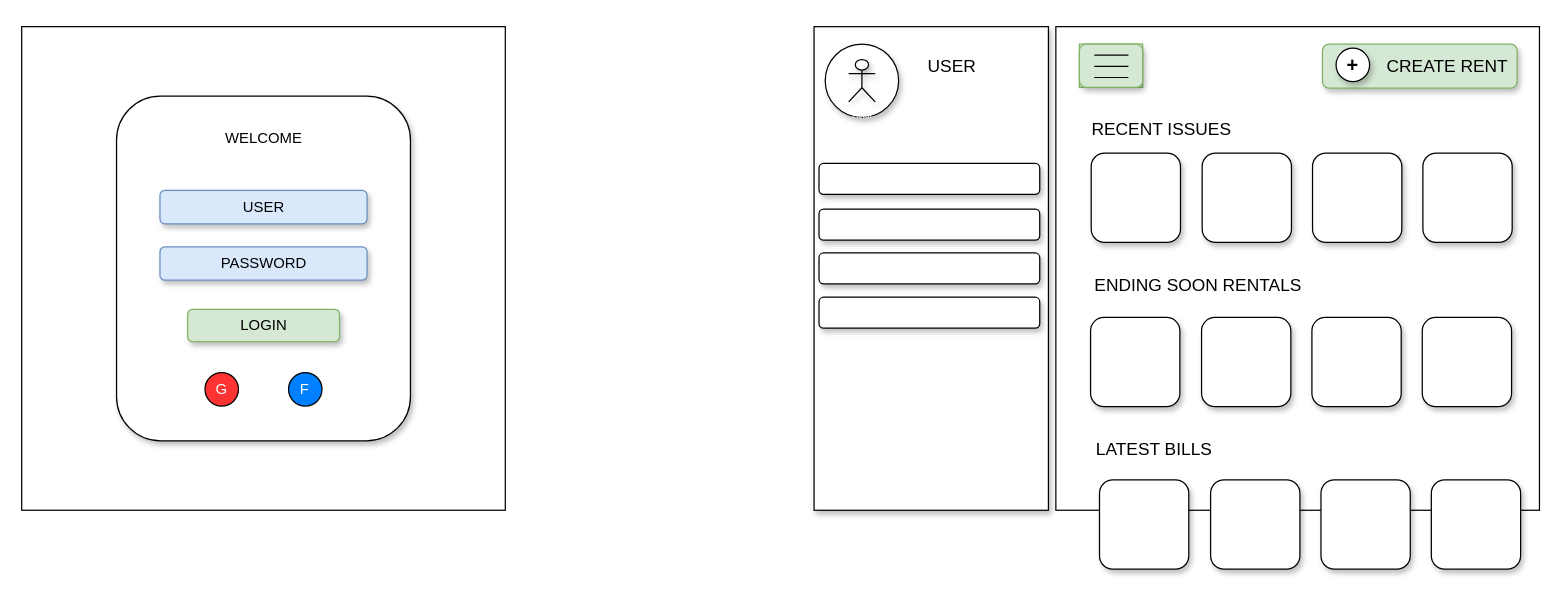
Before: page "PROTOTYPE - UML" (2 of 2) of docs.drawio in Davidmnj91/myrents, a draw.io diagram. Source tidied: cells renumbered, new cells numbered last; positions are measured from the earlier drawing's top-left corner, leaving out a move shared by most shapes. Both pictures are drawn from the tidied source at 124%, with x=0, y=0 at pixel (21, 26).
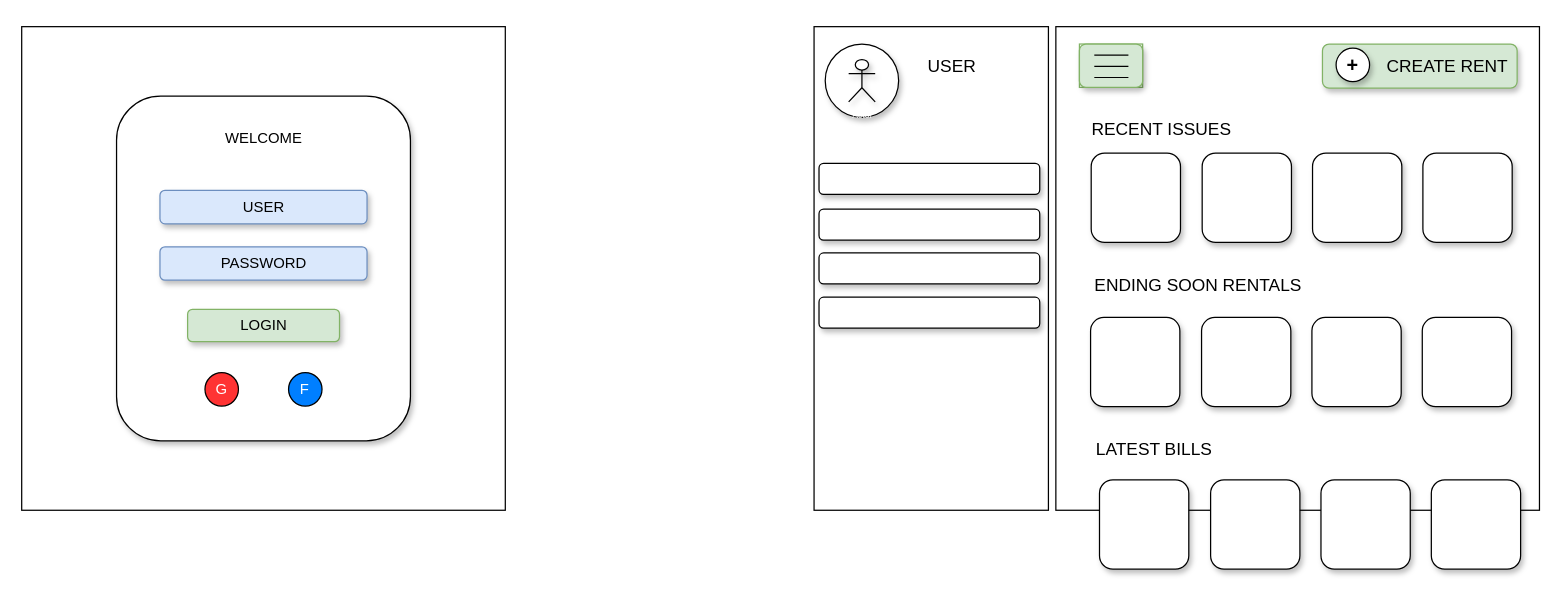
The same page after the edit.

Diff of the diagram source:
```diff
@@
-    <mxCell id="21" style="rounded=0;whiteSpace=wrap;html=1;shadow=1;sketch=0;strokeColor=#000000;fillColor=#ffffff;fontSize=7;fontColor=#FFFFFF;" parent="1" vertex="1">
+    <mxCell id="21" style="rounded=0;whiteSpace=wrap;html=1;shadow=0;sketch=0;strokeColor=#000000;fillColor=#ffffff;fontSize=7;fontColor=#FFFFFF;" parent="1" vertex="1">
       <mxGeometry x="639" width="189" height="390" as="geometry" />
     </mxCell>
```
